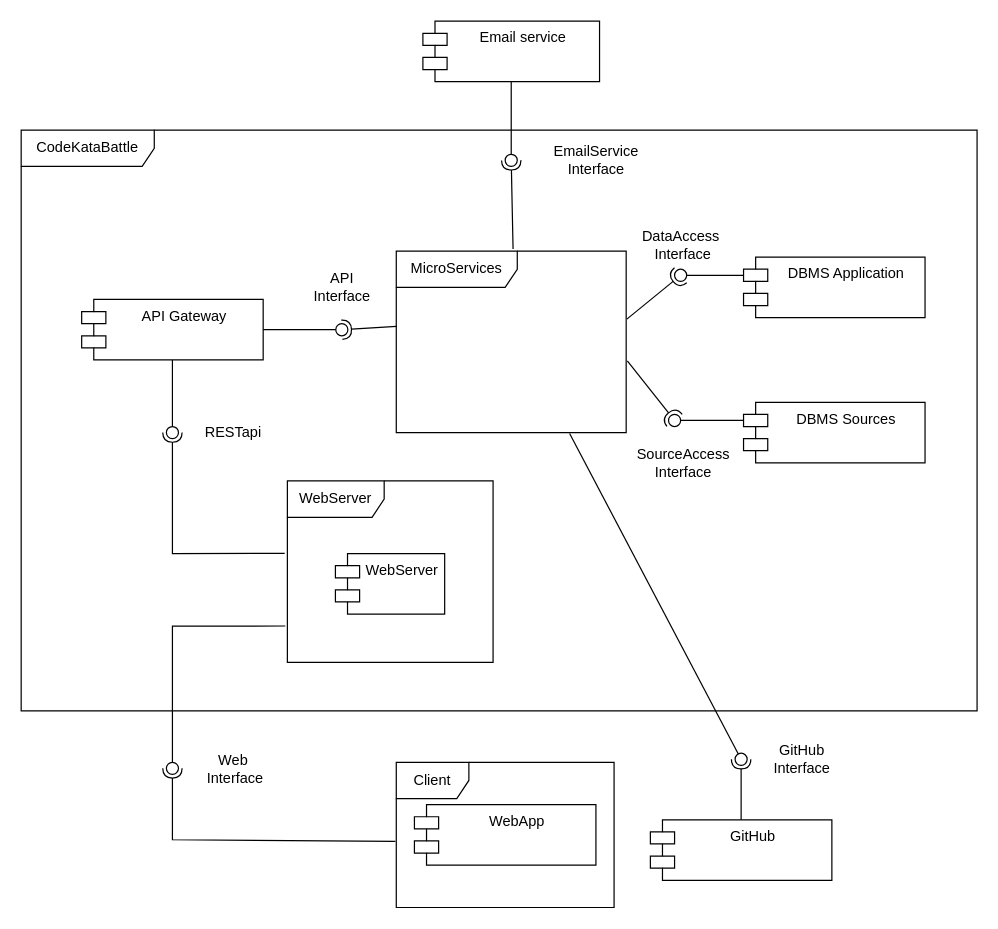
FedericoValentino/SE2-ValentinoZarbo keeps this draw.io diagram as DD_material/Component.drawio. Above is the earlier version. Source tidied: cells renumbered, new cells numbered last; positions are measured from the earlier drawing's top-left corner, leaving out a move shared by most shapes. Both pictures are drawn from the tidied source at 121%, with x=0, y=0 at pixel (21, 21).
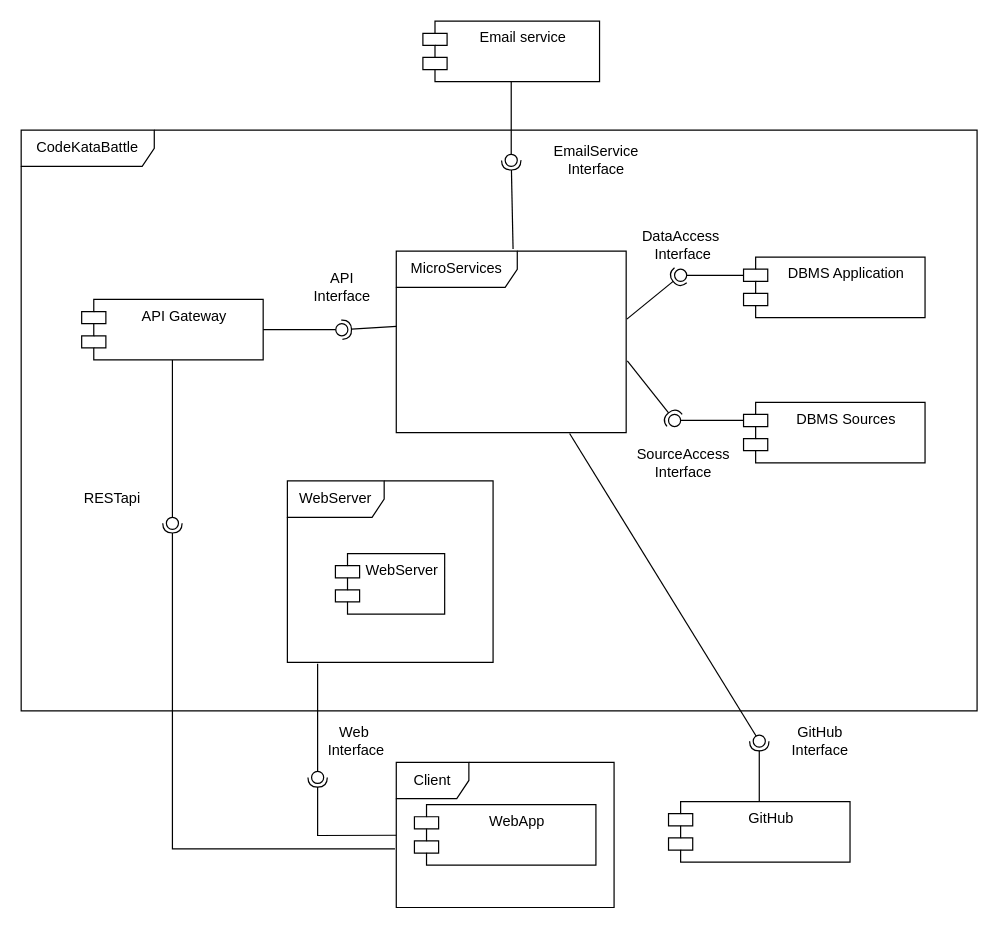
Above is the later version.

Commit message:
added client to apigateway connection

Unchanged cells that the change refers to:
```xml
<mxCell id="16" value="WebServer" style="shape=umlFrame;whiteSpace=wrap;html=1;width=80;height=30;" parent="14" vertex="1">
  <mxGeometry width="170" height="150" as="geometry" />
</mxCell>
<mxCell id="17" value="Client" style="shape=umlFrame;whiteSpace=wrap;html=1;" parent="1" vertex="1">
  <mxGeometry x="310" y="612.5" width="180" height="120" as="geometry" />
</mxCell>
```

The edit, as a diff of the source:
```diff
@@
     <mxCell id="10" value="GitHub" style="shape=module;align=left;spacingLeft=20;align=center;verticalAlign=top;whiteSpace=wrap;html=1;" parent="1" vertex="1">
-      <mxGeometry x="520" y="660" width="150" height="50" as="geometry" />
+      <mxGeometry x="535" y="645" width="150" height="50" as="geometry" />
     </mxCell>
@@
-    <mxCell id="18" style="rounded=0;jettySize=auto;html=1;endArrow=halfCircle;endFill=0;endSize=6;strokeWidth=1;sketch=0;exitX=-0.004;exitY=0.545;exitDx=0;exitDy=0;exitPerimeter=0;" parent="1" edge="1" source="17" target="20">
+    <mxCell id="18" style="rounded=0;jettySize=auto;html=1;endArrow=halfCircle;endFill=0;endSize=6;strokeWidth=1;sketch=0;" parent="1" edge="1" source="17" target="20">
       <mxGeometry relative="1" as="geometry">
         <Array as="points">
-          <mxPoint x="125" y="676.5" />
+          <mxPoint x="245" y="673" />
         </Array>
       </mxGeometry>
     </mxCell>
-    <mxCell id="19" style="rounded=0;jettySize=auto;html=1;endArrow=oval;endFill=0;sketch=0;sourcePerimeterSpacing=0;targetPerimeterSpacing=0;endSize=10;exitX=-0.01;exitY=0.799;exitDx=0;exitDy=0;exitPerimeter=0;" parent="1" edge="1" source="16" target="20">
-      <mxGeometry relative="1" as="geometry">
-        <Array as="points">
-          <mxPoint x="125" y="500" />
-        </Array>
-      </mxGeometry>
+    <mxCell id="19" style="rounded=0;jettySize=auto;html=1;endArrow=oval;endFill=0;sketch=0;sourcePerimeterSpacing=0;targetPerimeterSpacing=0;endSize=10;exitX=0.147;exitY=1.007;exitDx=0;exitDy=0;exitPerimeter=0;" parent="1" edge="1" source="16" target="20">
+      <mxGeometry relative="1" as="geometry" />
     </mxCell>
     <mxCell id="20" style="ellipse;whiteSpace=wrap;html=1;align=center;fillColor=none;strokeColor=none;perimeter=centerPerimeter;points=[];outlineConnect=1;" parent="1" vertex="1">
-      <mxGeometry x="120" y="612.5" width="10" height="10" as="geometry" />
+      <mxGeometry x="240" y="620" width="10" height="10" as="geometry" />
     </mxCell>
     <mxCell id="21" value="Web&lt;br&gt;&amp;nbsp;Interface" style="text;html=1;align=center;verticalAlign=middle;strokeColor=none;fillColor=none;" parent="1" vertex="1">
-      <mxGeometry x="140" y="597.5" width="70" height="40" as="geometry" />
+      <mxGeometry x="240" y="575" width="70" height="40" as="geometry" />
     </mxCell>
-    <mxCell id="22" style="rounded=0;jettySize=auto;html=1;endArrow=halfCircle;endFill=0;endSize=6;strokeWidth=1;sketch=0;exitX=-0.013;exitY=0.399;exitDx=0;exitDy=0;exitPerimeter=0;" parent="1" edge="1" source="16" target="24">
+    <mxCell id="22" style="rounded=0;jettySize=auto;html=1;endArrow=halfCircle;endFill=0;endSize=6;strokeWidth=1;sketch=0;exitX=-0.006;exitY=0.596;exitDx=0;exitDy=0;exitPerimeter=0;" parent="1" edge="1" source="17" target="24">
       <mxGeometry relative="1" as="geometry">
         <Array as="points">
+          <mxPoint x="125" y="684" />
           <mxPoint x="125" y="440" />
         </Array>
       </mxGeometry>
     </mxCell>
@@
     <mxCell id="24" style="ellipse;whiteSpace=wrap;html=1;align=center;fillColor=none;strokeColor=none;perimeter=centerPerimeter;points=[];outlineConnect=1;" parent="1" vertex="1">
-      <mxGeometry x="120" y="335" width="10" height="10" as="geometry" />
+      <mxGeometry x="120" y="410" width="10" height="10" as="geometry" />
     </mxCell>
     <mxCell id="25" value="RESTapi" style="text;html=1;align=center;verticalAlign=middle;strokeColor=none;fillColor=none;" parent="1" vertex="1">
-      <mxGeometry x="140" y="325" width="70" height="30" as="geometry" />
+      <mxGeometry x="40" y="380" width="70" height="30" as="geometry" />
     </mxCell>
@@
     <mxCell id="32" style="ellipse;whiteSpace=wrap;html=1;align=center;fillColor=none;strokeColor=none;perimeter=centerPerimeter;points=[];outlineConnect=1;" parent="1" vertex="1">
-      <mxGeometry x="590" y="605" width="10" height="10" as="geometry" />
+      <mxGeometry x="605" y="590" width="10" height="10" as="geometry" />
     </mxCell>
     <mxCell id="33" value="GitHub&lt;br&gt;Interface" style="text;html=1;align=center;verticalAlign=middle;strokeColor=none;fillColor=none;" parent="1" vertex="1">
-      <mxGeometry x="610" y="590" width="70" height="40" as="geometry" />
+      <mxGeometry x="625" y="575" width="70" height="40" as="geometry" />
     </mxCell>
```
